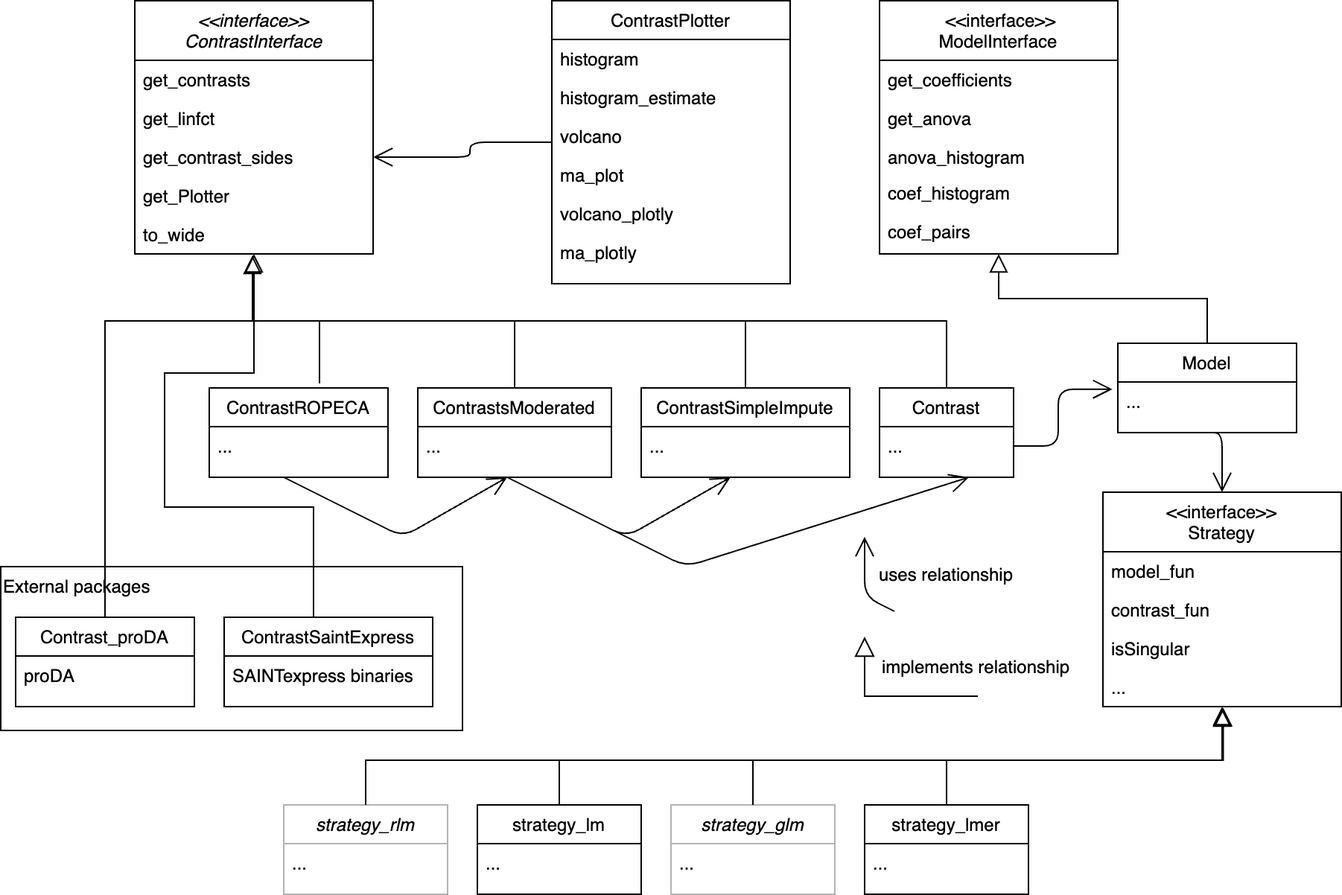
Earlier version of the draw.io export inst/MyArticle/graphics/ContrastClassesUML_LARGE.png (prolfqua/prolfquabenchmark). Source tidied: cells renumbered, new cells last; positions are measured from the earlier drawing's top-left corner, leaving out a move shared by most shapes.
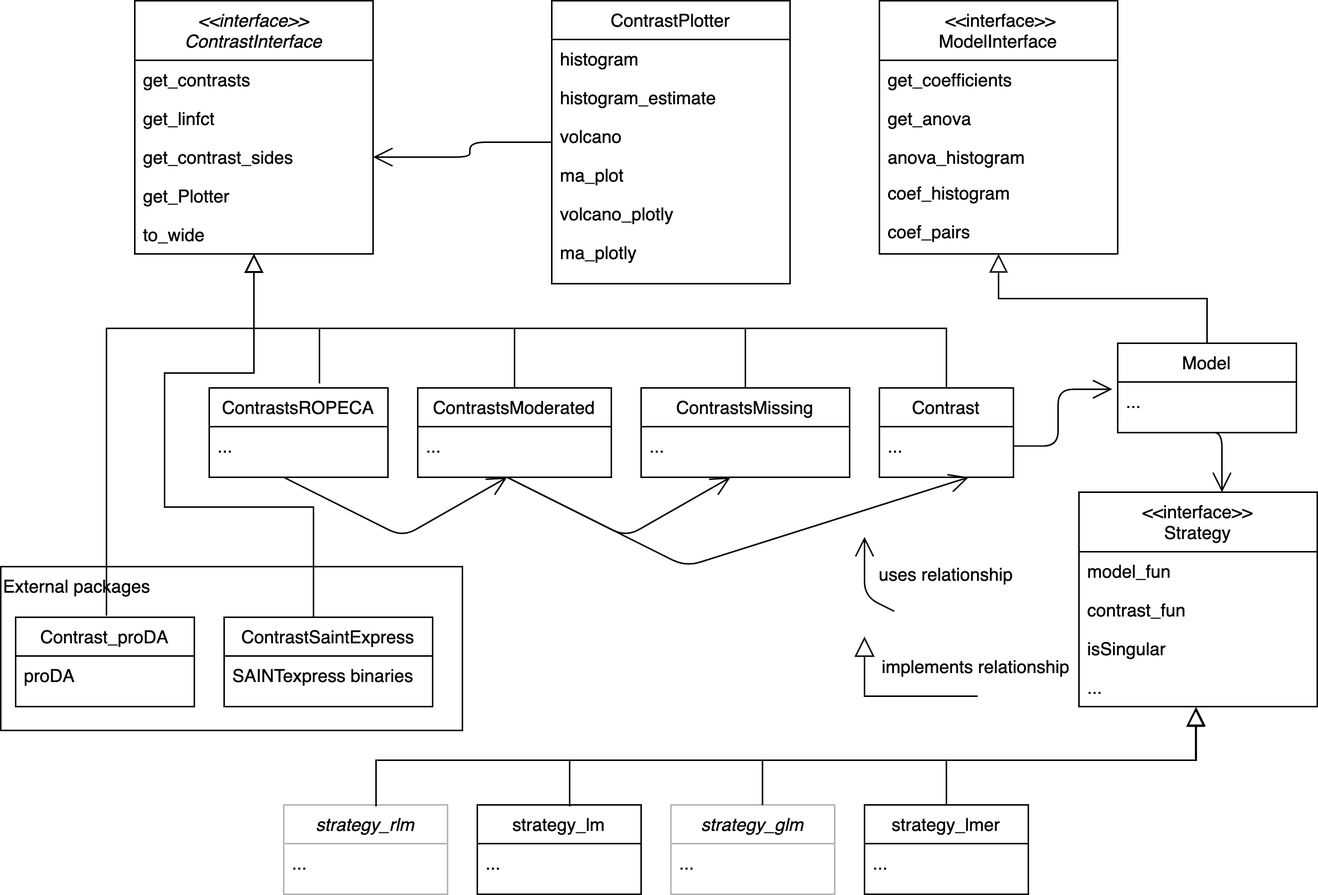
The same file after the commit.

Commit message:
cleanup figures

Diff of the diagram source:
```diff
@@ -29,11 +29,21 @@
     <mxCell id="10" value="..." style="text;align=left;verticalAlign=top;spacingLeft=4;spacingRight=4;overflow=hidden;fontColor=default;" parent="9" vertex="1">
       <mxGeometry y="26" width="130" height="26" as="geometry" />
     </mxCell>
-    <mxCell id="11" style="endArrow=block;endSize=10;endFill=0;shadow=0;strokeWidth=1;rounded=0;edgeStyle=elbowEdgeStyle;elbow=vertical;fontColor=default;" parent="1" edge="1" source="9" target="3">
-      <mxGeometry relative="1" as="geometry" />
+    <mxCell id="11" style="endArrow=block;endSize=10;endFill=0;shadow=0;strokeWidth=1;rounded=0;edgeStyle=elbowEdgeStyle;elbow=vertical;fontColor=default;" parent="1" edge="1" source="9">
+      <mxGeometry relative="1" as="geometry">
+        <mxPoint x="170" y="170" as="targetPoint" />
+        <Array as="points">
+          <mxPoint x="190" y="220" />
+        </Array>
+      </mxGeometry>
     </mxCell>
     <mxCell id="12" style="endArrow=block;endSize=10;endFill=0;shadow=0;strokeWidth=1;rounded=0;edgeStyle=elbowEdgeStyle;elbow=vertical;fontColor=default;" parent="1" edge="1" source="47" target="3">
-      <mxGeometry relative="1" as="geometry" />
+      <mxGeometry relative="1" as="geometry">
+        <Array as="points">
+          <mxPoint x="400" y="220" />
+          <mxPoint x="200" y="220" />
+        </Array>
+      </mxGeometry>
     </mxCell>
     <mxCell id="13" style="edgeStyle=orthogonalEdgeStyle;rounded=1;jettySize=auto;exitX=0;exitY=0.5;exitDx=0;exitDy=0;entryX=1;entryY=0.5;entryDx=0;entryDy=0;fontColor=default;endArrow=open;endFill=0;endSize=11;" parent="1" edge="1" source="14" target="6">
       <mxGeometry relative="1" as="geometry" />
@@ -77,14 +87,14 @@
     <mxCell id="26" value="coef_pairs" style="text;align=left;verticalAlign=top;spacingLeft=4;spacingRight=4;overflow=hidden;rounded=0;shadow=0;fontColor=default;" parent="21" vertex="1">
       <mxGeometry y="142" width="160" height="26" as="geometry" />
     </mxCell>
-    <mxCell id="27" value="ContrastSimpleImpute" style="swimlane;fontStyle=0;align=center;verticalAlign=top;horizontal=1;startSize=26;rounded=0;shadow=0;strokeWidth=1;fontColor=default;" parent="1" vertex="1">
+    <mxCell id="27" value="ContrastsMissing" style="swimlane;fontStyle=0;align=center;verticalAlign=top;horizontal=1;startSize=26;rounded=0;shadow=0;strokeWidth=1;fontColor=default;" parent="1" vertex="1">
       <mxGeometry x="430" y="260" width="140" height="60" as="geometry" />
     </mxCell>
     <mxCell id="28" value="..." style="text;align=left;verticalAlign=top;spacingLeft=4;spacingRight=4;overflow=hidden;fontColor=default;" parent="27" vertex="1">
       <mxGeometry y="26" width="140" height="26" as="geometry" />
     </mxCell>
     <mxCell id="29" value="&lt;&lt;interface&gt;&gt;&#10;Strategy" style="swimlane;fontStyle=0;align=center;verticalAlign=top;horizontal=1;startSize=40;rounded=0;shadow=0;strokeWidth=1;fontColor=default;" parent="1" vertex="1">
-      <mxGeometry x="740" y="330" width="160" height="144" as="geometry" />
+      <mxGeometry x="724" y="330" width="160" height="144" as="geometry" />
     </mxCell>
     <mxCell id="30" value="model_fun" style="text;align=left;verticalAlign=top;spacingLeft=4;spacingRight=4;overflow=hidden;fontColor=default;" parent="29" vertex="1">
       <mxGeometry y="40" width="160" height="26" as="geometry" />
@@ -98,14 +108,11 @@
     <mxCell id="33" value="..." style="text;align=left;verticalAlign=top;spacingLeft=4;spacingRight=4;overflow=hidden;points=[[0,0.5],[1,0.5]];portConstraint=eastwest;rounded=0;shadow=0;fontColor=default;" parent="29" vertex="1">
       <mxGeometry y="118" width="160" height="26" as="geometry" />
     </mxCell>
-    <mxCell id="34" style="edgeStyle=orthogonalEdgeStyle;rounded=0;jettySize=auto;html=1;exitX=0.5;exitY=0;exitDx=0;exitDy=0;endArrow=block;endFill=0;endSize=10;entryX=0.505;entryY=1.029;entryDx=0;entryDy=0;entryPerimeter=0;" parent="1" edge="1" source="35" target="33">
-      <mxGeometry relative="1" as="geometry">
-        <Array as="points">
-          <mxPoint x="635" y="510" />
-          <mxPoint x="821" y="510" />
-        </Array>
-      </mxGeometry>
-    </mxCell>
+    <mxCell id="70" style="edgeStyle=none;rounded=0;jettySize=auto;html=1;exitX=0.5;exitY=0;exitDx=0;exitDy=0;endArrow=none;endFill=0;" parent="1" edge="1" source="35">
+      <mxGeometry relative="1" as="geometry">
+        <mxPoint x="635" y="510" as="targetPoint" />
+      </mxGeometry>
+    </mxCell>
     <mxCell id="35" value="strategy_lmer" style="swimlane;fontStyle=0;align=center;verticalAlign=top;horizontal=1;startSize=26;rounded=0;shadow=0;strokeWidth=1;fontColor=default;" parent="1" vertex="1">
       <mxGeometry x="580" y="540" width="110" height="60" as="geometry" />
     </mxCell>
@@ -130,17 +137,19 @@
     <mxCell id="42" value="..." style="text;align=left;verticalAlign=top;spacingLeft=4;spacingRight=4;overflow=hidden;fontColor=default;" parent="41" vertex="1">
       <mxGeometry y="26" width="110" height="22" as="geometry" />
     </mxCell>
-    <mxCell id="43" style="endArrow=block;endSize=10;endFill=0;shadow=0;strokeWidth=1;rounded=0;edgeStyle=elbowEdgeStyle;elbow=vertical;entryX=0.5;entryY=1.038;entryDx=0;entryDy=0;entryPerimeter=0;fontColor=default;" parent="1" edge="1" source="37" target="33">
+    <mxCell id="43" style="endArrow=block;endSize=10;endFill=0;shadow=0;strokeWidth=1;rounded=0;edgeStyle=elbowEdgeStyle;elbow=vertical;entryX=0.49;entryY=1.023;entryDx=0;entryDy=0;entryPerimeter=0;fontColor=default;" parent="1" edge="1" target="33">
       <mxGeometry relative="1" as="geometry">
+        <mxPoint x="511.5" y="540" as="sourcePoint" />
         <Array as="points">
-          <mxPoint x="660" y="510" />
+          <mxPoint x="666.5" y="510" />
         </Array>
       </mxGeometry>
     </mxCell>
-    <mxCell id="44" style="endArrow=block;endSize=10;endFill=0;shadow=0;strokeWidth=1;rounded=0;edgeStyle=elbowEdgeStyle;elbow=vertical;entryX=0.5;entryY=1.006;entryDx=0;entryDy=0;entryPerimeter=0;exitX=0.5;exitY=0;exitDx=0;exitDy=0;fontColor=default;" parent="1" edge="1" source="39" target="33">
+    <mxCell id="44" style="endArrow=block;endSize=10;endFill=0;shadow=0;strokeWidth=1;rounded=0;edgeStyle=elbowEdgeStyle;elbow=vertical;exitX=0.5;exitY=0;exitDx=0;exitDy=0;fontColor=default;entryX=0.492;entryY=1.015;entryDx=0;entryDy=0;entryPerimeter=0;" parent="1" edge="1" target="33">
       <mxGeometry relative="1" as="geometry">
+        <mxPoint x="252" y="541" as="sourcePoint" />
         <Array as="points">
-          <mxPoint x="540" y="510" />
+          <mxPoint x="530" y="510" />
         </Array>
       </mxGeometry>
     </mxCell>
@@ -148,13 +157,16 @@
       <mxGeometry relative="1" as="geometry">
         <mxPoint x="170" y="170" as="targetPoint" />
         <Array as="points">
-          <mxPoint x="260" y="215" />
+          <mxPoint x="190" y="220" />
         </Array>
       </mxGeometry>
     </mxCell>
     <mxCell id="46" style="endArrow=block;endSize=10;endFill=0;shadow=0;strokeWidth=1;rounded=0;edgeStyle=elbowEdgeStyle;elbow=vertical;exitX=0.5;exitY=0;exitDx=0;exitDy=0;fontColor=default;" parent="1" edge="1" source="27">
       <mxGeometry relative="1" as="geometry">
         <mxPoint x="170" y="170" as="targetPoint" />
+        <Array as="points">
+          <mxPoint x="200" y="220" />
+        </Array>
       </mxGeometry>
     </mxCell>
     <mxCell id="47" value="Contrast" style="swimlane;fontStyle=0;align=center;verticalAlign=top;horizontal=1;startSize=26;rounded=0;shadow=0;strokeWidth=1;fontColor=default;" parent="1" vertex="1">
@@ -163,7 +175,7 @@
     <mxCell id="48" value="..." style="text;align=left;verticalAlign=top;spacingLeft=4;spacingRight=4;overflow=hidden;points=[[0,0.5],[1,0.5]];portConstraint=eastwest;fontColor=default;" parent="47" vertex="1">
       <mxGeometry y="26" width="90" height="26" as="geometry" />
     </mxCell>
-    <mxCell id="49" value="ContrastROPECA" style="swimlane;fontStyle=0;align=center;verticalAlign=top;horizontal=1;startSize=26;rounded=0;shadow=0;strokeWidth=1;fontColor=default;" parent="1" vertex="1">
+    <mxCell id="49" value="ContrastsROPECA" style="swimlane;fontStyle=0;align=center;verticalAlign=top;horizontal=1;startSize=26;rounded=0;shadow=0;strokeWidth=1;fontColor=default;" parent="1" vertex="1">
       <mxGeometry x="140" y="260" width="120" height="60" as="geometry" />
     </mxCell>
     <mxCell id="50" value="..." style="text;align=left;verticalAlign=top;spacingLeft=4;spacingRight=4;overflow=hidden;fontColor=default;" parent="49" vertex="1">
@@ -191,11 +203,12 @@
         <mxPoint x="670" y="170" as="targetPoint" />
       </mxGeometry>
     </mxCell>
-    <mxCell id="57" style="endArrow=block;endSize=10;endFill=0;shadow=0;strokeWidth=1;rounded=0;edgeStyle=elbowEdgeStyle;elbow=vertical;exitX=0.5;exitY=0;exitDx=0;exitDy=0;fontColor=default;" parent="1" edge="1" source="41">
+    <mxCell id="57" style="endArrow=block;endSize=10;endFill=0;shadow=0;strokeWidth=1;rounded=0;edgeStyle=elbowEdgeStyle;elbow=vertical;exitX=0.5;exitY=0;exitDx=0;exitDy=0;fontColor=default;entryX=0.49;entryY=1.038;entryDx=0;entryDy=0;entryPerimeter=0;" parent="1" edge="1" target="33">
       <mxGeometry relative="1" as="geometry">
-        <mxPoint x="820" y="474" as="targetPoint" />
+        <mxPoint x="382" y="541" as="sourcePoint" />
         <Array as="points">
-          <mxPoint x="600" y="510" />
+          <mxPoint x="510" y="510" />
+          <mxPoint x="607" y="511" />
         </Array>
       </mxGeometry>
     </mxCell>
@@ -250,21 +263,24 @@
         </Array>
       </mxGeometry>
     </mxCell>
-    <mxCell id="65" style="endArrow=block;endSize=10;endFill=0;shadow=0;strokeWidth=1;rounded=0;edgeStyle=elbowEdgeStyle;elbow=vertical;exitX=0.5;exitY=0;exitDx=0;exitDy=0;fontColor=default;" parent="1" edge="1" source="51">
+    <mxCell id="65" style="endArrow=block;endSize=10;endFill=0;shadow=0;strokeWidth=1;rounded=0;edgeStyle=elbowEdgeStyle;elbow=vertical;exitX=0.5;exitY=0;exitDx=0;exitDy=0;fontColor=default;" parent="1" edge="1">
       <mxGeometry relative="1" as="geometry">
-        <mxPoint x="169" y="171" as="targetPoint" />
+        <mxPoint x="71" y="413" as="sourcePoint" />
+        <mxPoint x="170" y="170" as="targetPoint" />
         <Array as="points">
-          <mxPoint x="460" y="215" />
+          <mxPoint x="120" y="220" />
         </Array>
       </mxGeometry>
     </mxCell>
     <mxCell id="66" style="edgeStyle=orthogonalEdgeStyle;rounded=1;jettySize=auto;exitX=1;exitY=0.5;exitDx=0;exitDy=0;entryX=-0.03;entryY=0.187;entryDx=0;entryDy=0;entryPerimeter=0;fontColor=default;endArrow=open;endFill=0;endSize=11;" parent="1" edge="1" source="48" target="55">
       <mxGeometry relative="1" as="geometry" />
     </mxCell>
-    <mxCell id="67" style="edgeStyle=orthogonalEdgeStyle;rounded=0;jettySize=auto;html=1;exitX=0.5;exitY=0;exitDx=0;exitDy=0;endArrow=block;endFill=0;endSize=10;" parent="1" edge="1" source="68">
+    <mxCell id="67" style="edgeStyle=orthogonalEdgeStyle;rounded=0;orthogonalLoop=1;jettySize=auto;html=1;exitX=0.5;exitY=0;exitDx=0;exitDy=0;endArrow=block;endFill=0;endSize=10;" parent="1" edge="1">
       <mxGeometry relative="1" as="geometry">
+        <mxPoint x="220" y="414" as="sourcePoint" />
         <mxPoint x="170" y="170" as="targetPoint" />
         <Array as="points">
+          <mxPoint x="210" y="414" />
           <mxPoint x="210" y="340" />
           <mxPoint x="110" y="340" />
           <mxPoint x="110" y="250" />
```
